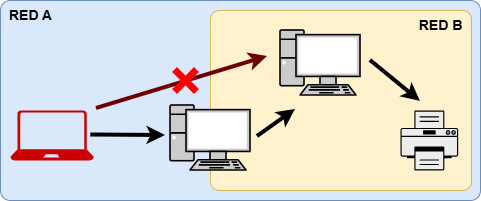
Earlier version of the draw.io export Imagenes/FT-pivoting-segmentacion-redes.png (AmasterJT/memoria-tfm). Source tidied: cells renumbered, new cells last; positions are measured from the earlier drawing's top-left corner, leaving out a move shared by most shapes. The source it was exported from:
```xml
<mxGraphModel>
  <root>
    <mxCell id="0" />
    <mxCell id="1" parent="0" />
    <mxCell id="2" style="rounded=1;whiteSpace=wrap;html=1;arcSize=5;fillColor=#dae8fc;strokeColor=#6c8ebf;" parent="1" vertex="1">
      <mxGeometry width="480" height="200" as="geometry" />
    </mxCell>
    <mxCell id="3" style="rounded=1;whiteSpace=wrap;html=1;arcSize=5;fillColor=#fff2cc;strokeColor=#d6b656;" parent="1" vertex="1">
      <mxGeometry x="210" y="10" width="261" height="180" as="geometry" />
    </mxCell>
    <mxCell id="4" style="sketch=0;shadow=0;dashed=0;html=1;strokeColor=none;labelPosition=center;verticalLabelPosition=bottom;verticalAlign=top;align=center;fillColor=#CC0000;shape=mxgraph.azure.laptop;" parent="1" vertex="1">
      <mxGeometry x="10" y="110" width="83.3" height="50" as="geometry" />
    </mxCell>
    <mxCell id="5" style="fontColor=#0066CC;verticalAlign=top;verticalLabelPosition=bottom;labelPosition=center;align=center;html=1;fillColor=#CCCCCC;strokeColor=#000000;gradientColor=none;gradientDirection=north;strokeWidth=2;shape=mxgraph.networks.pc;" parent="1" vertex="1">
      <mxGeometry x="170" y="105" width="80" height="65" as="geometry" />
    </mxCell>
    <mxCell id="6" style="fontColor=#0066CC;verticalAlign=top;verticalLabelPosition=bottom;labelPosition=center;align=center;html=1;fillColor=#CCCCCC;strokeColor=#000000;gradientColor=none;gradientDirection=north;strokeWidth=2;shape=mxgraph.networks.pc;" parent="1" vertex="1">
      <mxGeometry x="280" y="30" width="80" height="65" as="geometry" />
    </mxCell>
    <mxCell id="7" style="fillColorStyles=neutralFill;neutralFill=#9DA6A8;shape=mxgraph.networks2.icon;fillColor=#EDEDED;strokeColor=#000000;gradientColor=#5B6163;network2IconShadow=1;network2bgFillColor=none;labelPosition=center;verticalLabelPosition=bottom;align=center;verticalAlign=top;network2Icon=mxgraph.networks2.printer;network2IconW=1;network2IconH=1.04;" parent="1" vertex="1">
      <mxGeometry x="400" y="110" width="57.7" height="60" as="geometry" />
    </mxCell>
    <mxCell id="8" style="endArrow=classic;html=1;rounded=0;strokeWidth=4;exitX=1.024;exitY=0.49;exitDx=0;exitDy=0;exitPerimeter=0;" parent="1" edge="1">
      <mxGeometry relative="1" as="geometry">
        <mxPoint x="90.3" y="134.5" as="sourcePoint" />
        <mxPoint x="165" y="135" as="targetPoint" />
      </mxGeometry>
    </mxCell>
    <mxCell id="9" style="endArrow=classic;html=1;rounded=0;strokeWidth=4;" parent="1" edge="1">
      <mxGeometry relative="1" as="geometry">
        <mxPoint x="257" y="136" as="sourcePoint" />
        <mxPoint x="295" y="109" as="targetPoint" />
      </mxGeometry>
    </mxCell>
    <mxCell id="10" style="endArrow=classic;html=1;rounded=0;strokeWidth=4;" parent="1" edge="1">
      <mxGeometry relative="1" as="geometry">
        <mxPoint x="370" y="60" as="sourcePoint" />
        <mxPoint x="420" y="101" as="targetPoint" />
      </mxGeometry>
    </mxCell>
    <mxCell id="11" style="endArrow=classic;html=1;rounded=0;strokeWidth=4;fillColor=#a20025;strokeColor=#6F0000;" parent="1" edge="1">
      <mxGeometry relative="1" as="geometry">
        <mxPoint x="96" y="108" as="sourcePoint" />
        <mxPoint x="267" y="56" as="targetPoint" />
      </mxGeometry>
    </mxCell>
    <mxCell id="12" style="shape=cross;whiteSpace=wrap;html=1;strokeColor=#FF0000;fillColor=#FF0000;rotation=-45;" parent="1" vertex="1">
      <mxGeometry x="170" y="65" width="30" height="30" as="geometry" />
    </mxCell>
    <mxCell id="13" value="RED B" style="text;html=1;whiteSpace=wrap;strokeColor=none;fillColor=none;align=center;verticalAlign=middle;rounded=0;fontStyle=1;fontSize=14;" parent="1" vertex="1">
      <mxGeometry x="410" y="10" width="61" height="30" as="geometry" />
    </mxCell>
    <mxCell id="14" value="RED A" style="text;html=1;whiteSpace=wrap;strokeColor=none;fillColor=none;align=center;verticalAlign=middle;rounded=0;fontStyle=1;fontSize=14;" parent="1" vertex="1">
      <mxGeometry width="61" height="30" as="geometry" />
    </mxCell>
  </root>
</mxGraphModel>
```
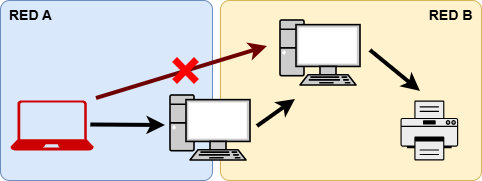
After the change.

The edit, as a diff of the source:
```diff
@@ -3,55 +3,55 @@
     <mxCell id="0" />
     <mxCell id="1" parent="0" />
     <mxCell id="2" style="rounded=1;whiteSpace=wrap;html=1;arcSize=5;fillColor=#dae8fc;strokeColor=#6c8ebf;" parent="1" vertex="1">
-      <mxGeometry width="480" height="200" as="geometry" />
+      <mxGeometry y="10" width="212" height="180" as="geometry" />
     </mxCell>
-    <mxCell id="3" style="rounded=1;whiteSpace=wrap;html=1;arcSize=5;fillColor=#fff2cc;strokeColor=#d6b656;" parent="1" vertex="1">
-      <mxGeometry x="210" y="10" width="261" height="180" as="geometry" />
+    <mxCell id="3" value="RED A" style="text;html=1;whiteSpace=wrap;strokeColor=none;fillColor=none;align=center;verticalAlign=middle;rounded=0;fontStyle=1;fontSize=14;" parent="1" vertex="1">
+      <mxGeometry y="10" width="61" height="30" as="geometry" />
     </mxCell>
-    <mxCell id="4" style="sketch=0;shadow=0;dashed=0;html=1;strokeColor=none;labelPosition=center;verticalLabelPosition=bottom;verticalAlign=top;align=center;fillColor=#CC0000;shape=mxgraph.azure.laptop;" parent="1" vertex="1">
-      <mxGeometry x="10" y="110" width="83.3" height="50" as="geometry" />
+    <mxCell id="4" style="rounded=1;whiteSpace=wrap;html=1;arcSize=5;fillColor=#fff2cc;strokeColor=#d6b656;" parent="1" vertex="1">
+      <mxGeometry x="220" y="10" width="261" height="180" as="geometry" />
     </mxCell>
-    <mxCell id="5" style="fontColor=#0066CC;verticalAlign=top;verticalLabelPosition=bottom;labelPosition=center;align=center;html=1;fillColor=#CCCCCC;strokeColor=#000000;gradientColor=none;gradientDirection=north;strokeWidth=2;shape=mxgraph.networks.pc;" parent="1" vertex="1">
-      <mxGeometry x="170" y="105" width="80" height="65" as="geometry" />
+    <mxCell id="5" style="sketch=0;shadow=0;dashed=0;html=1;strokeColor=none;labelPosition=center;verticalLabelPosition=bottom;verticalAlign=top;align=center;fillColor=#CC0000;shape=mxgraph.azure.laptop;" parent="1" vertex="1">
+      <mxGeometry x="10" y="110" width="83.3" height="50" as="geometry" />
     </mxCell>
     <mxCell id="6" style="fontColor=#0066CC;verticalAlign=top;verticalLabelPosition=bottom;labelPosition=center;align=center;html=1;fillColor=#CCCCCC;strokeColor=#000000;gradientColor=none;gradientDirection=north;strokeWidth=2;shape=mxgraph.networks.pc;" parent="1" vertex="1">
-      <mxGeometry x="280" y="30" width="80" height="65" as="geometry" />
+      <mxGeometry x="170" y="105" width="80" height="65" as="geometry" />
     </mxCell>
-    <mxCell id="7" style="fillColorStyles=neutralFill;neutralFill=#9DA6A8;shape=mxgraph.networks2.icon;fillColor=#EDEDED;strokeColor=#000000;gradientColor=#5B6163;network2IconShadow=1;network2bgFillColor=none;labelPosition=center;verticalLabelPosition=bottom;align=center;verticalAlign=top;network2Icon=mxgraph.networks2.printer;network2IconW=1;network2IconH=1.04;" parent="1" vertex="1">
-      <mxGeometry x="400" y="110" width="57.7" height="60" as="geometry" />
+    <mxCell id="7" style="fontColor=#0066CC;verticalAlign=top;verticalLabelPosition=bottom;labelPosition=center;align=center;html=1;fillColor=#CCCCCC;strokeColor=#000000;gradientColor=none;gradientDirection=north;strokeWidth=2;shape=mxgraph.networks.pc;" parent="1" vertex="1">
+      <mxGeometry x="280" y="30" width="80" height="65" as="geometry" />
     </mxCell>
-    <mxCell id="8" style="endArrow=classic;html=1;rounded=0;strokeWidth=4;exitX=1.024;exitY=0.49;exitDx=0;exitDy=0;exitPerimeter=0;" parent="1" edge="1">
-      <mxGeometry relative="1" as="geometry">
-        <mxPoint x="90.3" y="134.5" as="sourcePoint" />
-        <mxPoint x="165" y="135" as="targetPoint" />
-      </mxGeometry>
+    <mxCell id="8" style="fillColorStyles=neutralFill;neutralFill=#9DA6A8;shape=mxgraph.networks2.icon;fillColor=#EDEDED;strokeColor=#000000;gradientColor=#5B6163;network2IconShadow=1;network2bgFillColor=none;labelPosition=center;verticalLabelPosition=bottom;align=center;verticalAlign=top;network2Icon=mxgraph.networks2.printer;network2IconW=1;network2IconH=1.04;" parent="1" vertex="1">
+      <mxGeometry x="400" y="110" width="57.7" height="60" as="geometry" />
     </mxCell>
-    <mxCell id="9" style="endArrow=classic;html=1;rounded=0;strokeWidth=4;" parent="1" edge="1">
+    <mxCell id="9" style="endArrow=classic;html=1;rounded=0;strokeWidth=4;exitX=1.024;exitY=0.49;exitDx=0;exitDy=0;exitPerimeter=0;" parent="1" edge="1">
       <mxGeometry relative="1" as="geometry">
-        <mxPoint x="257" y="136" as="sourcePoint" />
-        <mxPoint x="295" y="109" as="targetPoint" />
+        <mxPoint x="90.3" y="134.5" as="sourcePoint" />
+        <mxPoint x="165" y="135" as="targetPoint" />
       </mxGeometry>
     </mxCell>
     <mxCell id="10" style="endArrow=classic;html=1;rounded=0;strokeWidth=4;" parent="1" edge="1">
       <mxGeometry relative="1" as="geometry">
-        <mxPoint x="370" y="60" as="sourcePoint" />
-        <mxPoint x="420" y="101" as="targetPoint" />
+        <mxPoint x="257" y="136" as="sourcePoint" />
+        <mxPoint x="295" y="109" as="targetPoint" />
       </mxGeometry>
     </mxCell>
-    <mxCell id="11" style="endArrow=classic;html=1;rounded=0;strokeWidth=4;fillColor=#a20025;strokeColor=#6F0000;" parent="1" edge="1">
+    <mxCell id="11" style="endArrow=classic;html=1;rounded=0;strokeWidth=4;" parent="1" edge="1">
       <mxGeometry relative="1" as="geometry">
-        <mxPoint x="96" y="108" as="sourcePoint" />
-        <mxPoint x="267" y="56" as="targetPoint" />
+        <mxPoint x="370" y="60" as="sourcePoint" />
+        <mxPoint x="420" y="101" as="targetPoint" />
       </mxGeometry>
     </mxCell>
-    <mxCell id="12" style="shape=cross;whiteSpace=wrap;html=1;strokeColor=#FF0000;fillColor=#FF0000;rotation=-45;" parent="1" vertex="1">
-      <mxGeometry x="170" y="65" width="30" height="30" as="geometry" />
+    <mxCell id="12" style="endArrow=classic;html=1;rounded=0;strokeWidth=4;fillColor=#a20025;strokeColor=#6F0000;" parent="1" edge="1">
+      <mxGeometry relative="1" as="geometry">
+        <mxPoint x="96" y="108" as="sourcePoint" />
+        <mxPoint x="267" y="56" as="targetPoint" />
+      </mxGeometry>
     </mxCell>
-    <mxCell id="13" value="RED B" style="text;html=1;whiteSpace=wrap;strokeColor=none;fillColor=none;align=center;verticalAlign=middle;rounded=0;fontStyle=1;fontSize=14;" parent="1" vertex="1">
-      <mxGeometry x="410" y="10" width="61" height="30" as="geometry" />
+    <mxCell id="13" style="shape=cross;whiteSpace=wrap;html=1;strokeColor=#FF0000;fillColor=#FF0000;rotation=-45;" parent="1" vertex="1">
+      <mxGeometry x="170" y="65" width="30" height="30" as="geometry" />
     </mxCell>
-    <mxCell id="14" value="RED A" style="text;html=1;whiteSpace=wrap;strokeColor=none;fillColor=none;align=center;verticalAlign=middle;rounded=0;fontStyle=1;fontSize=14;" parent="1" vertex="1">
-      <mxGeometry width="61" height="30" as="geometry" />
+    <mxCell id="14" value="RED B" style="text;html=1;whiteSpace=wrap;strokeColor=none;fillColor=none;align=center;verticalAlign=middle;rounded=0;fontStyle=1;fontSize=14;" parent="1" vertex="1">
+      <mxGeometry x="420" y="10" width="61" height="30" as="geometry" />
     </mxCell>
   </root>
 </mxGraphModel>
```
